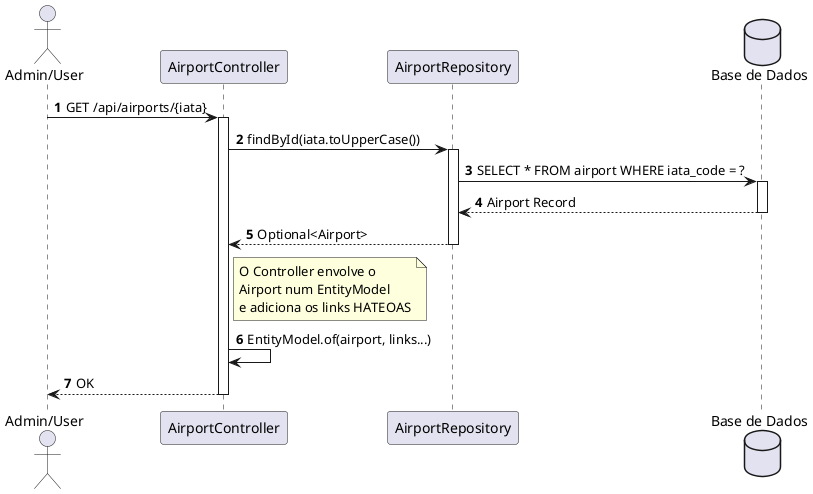
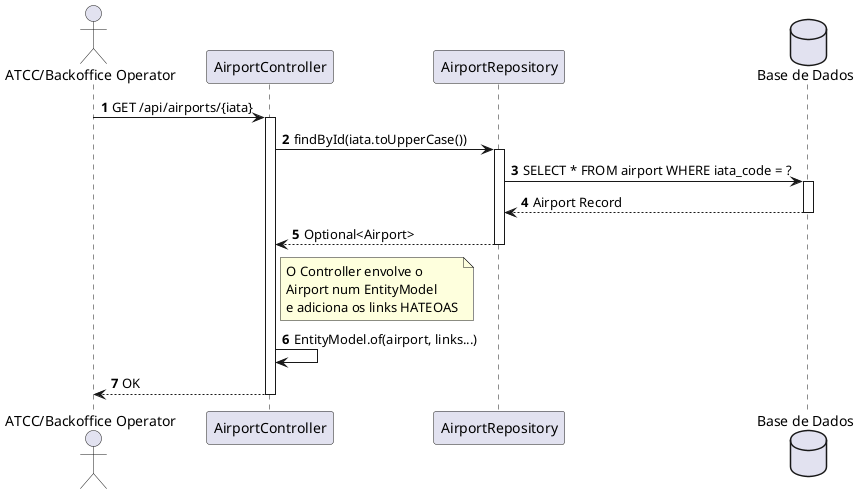
@startuml
autonumber
skinparam packageStyle rectangle

- actor "Admin/User" as User
+ actor "ATCC/Backoffice Operator" as User
participant "AirportController" as Ctrl
participant "AirportRepository" as Repo
database "Base de Dados" as DB

User -> Ctrl : GET /api/airports/{iata}
activate Ctrl

Ctrl -> Repo : findById(iata.toUpperCase())
activate Repo
Repo -> DB : SELECT * FROM airport WHERE iata_code = ?
activate DB
DB --> Repo : Airport Record
deactivate DB
Repo --> Ctrl : Optional<Airport>
deactivate Repo

note right of Ctrl
  O Controller envolve o
  Airport num EntityModel
  e adiciona os links HATEOAS
end note

Ctrl -> Ctrl : EntityModel.of(airport, links...)

Ctrl --> User : OK
deactivate Ctrl
@enduml